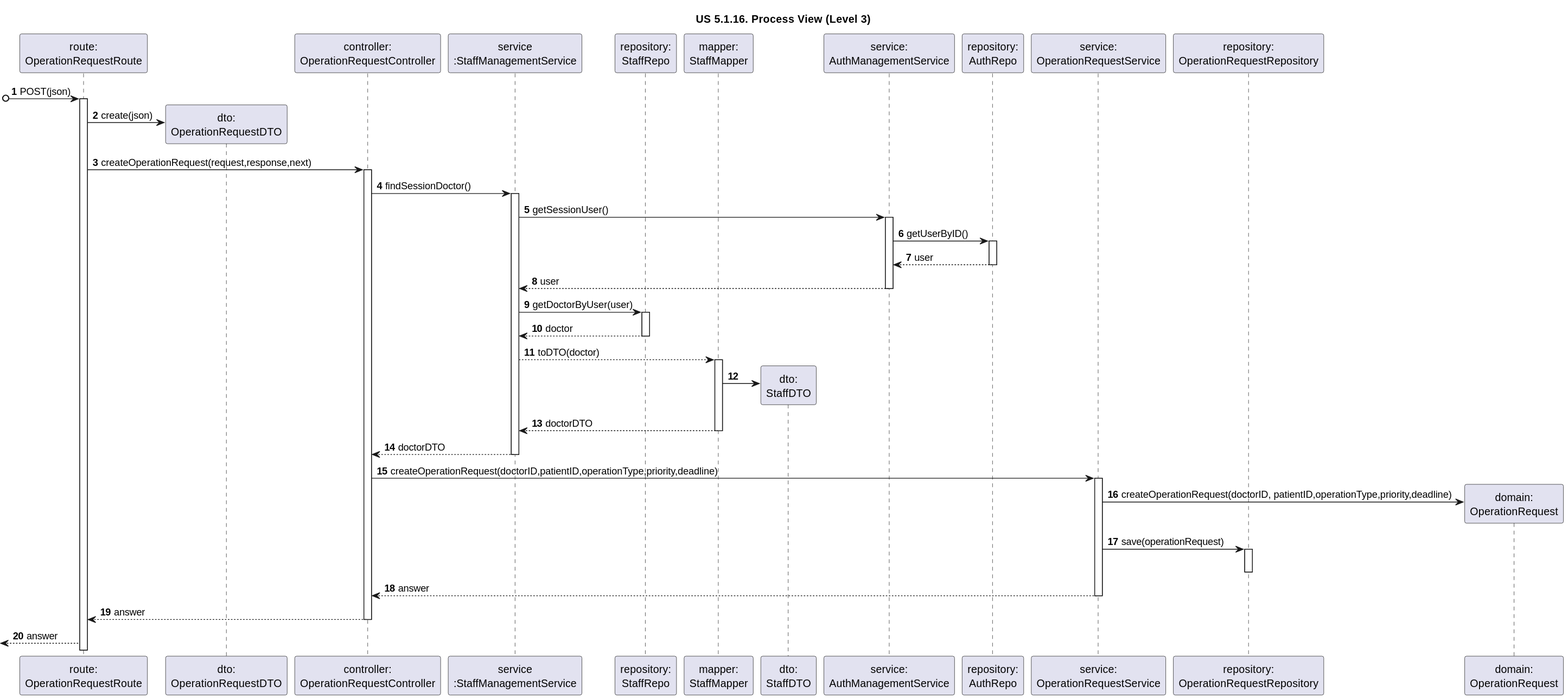
This is docs/sprint-1/1221933/us-5.1.16/diagrams/n3/process-view-nivel3.svg from rita-barbosa/LAPR5-2425, a PlantUML export, as it was before one commit. The source it was exported from:
```plantuml
@startuml

title "US 5.1.16. Process View (Level 3)"


autonumber

participant "route:\nOperationRequestRoute" as ROUTE
participant "dto:\nOperationRequestDTO" as DTO
participant "controller:\nOperationRequestController" as CTRL

participant "service\n:StaffManagementService" as STAFFServ
participant "repository:\nStaffRepo" as STAFFRepo
participant "mapper:\nStaffMapper" as STAFFMapper
participant "dto:\nStaffDTO" as STAFFDTO

participant "service:\nAuthManagementService" as AUTHServ
participant "repository:\nAuthRepo" as AUTHRepo

participant "service:\nOperationRequestService" as SER
participant "repository:\nOperationRequestRepository" as REPO
participant "domain:\nOperationRequest" as OPREQ

[o-> ROUTE : POST(json)
activate ROUTE

ROUTE -> DTO** : create(json)

ROUTE -> CTRL : createOperationRequest(request,response,next)
activate CTRL

CTRL -> STAFFServ : findSessionDoctor()
activate STAFFServ

STAFFServ -> AUTHServ : getSessionUser()
activate AUTHServ

AUTHServ -> AUTHRepo : getUserByID()
activate AUTHRepo

AUTHRepo --> AUTHServ : user
deactivate AUTHRepo

AUTHServ --> STAFFServ : user
deactivate AUTHServ

STAFFServ -> STAFFRepo : getDoctorByUser(user)
activate STAFFRepo

STAFFRepo --> STAFFServ : doctor
deactivate STAFFRepo

STAFFServ --> STAFFMapper : toDTO(doctor)
activate STAFFMapper

STAFFMapper -> STAFFDTO **

STAFFMapper --> STAFFServ : doctorDTO
deactivate STAFFMapper

STAFFServ --> CTRL : doctorDTO
deactivate STAFFServ

CTRL -> SER : createOperationRequest(doctorID,patientID,operationType,priority,deadline)
activate SER

SER -> OPREQ** : createOperationRequest(doctorID, patientID,operationType,priority,deadline)

SER -> REPO : save(operationRequest)
activate REPO
deactivate REPO

SER --> CTRL : answer
deactivate SER

CTRL --> ROUTE : answer
deactivate CTRL

 <-- ROUTE : answer
@enduml
```
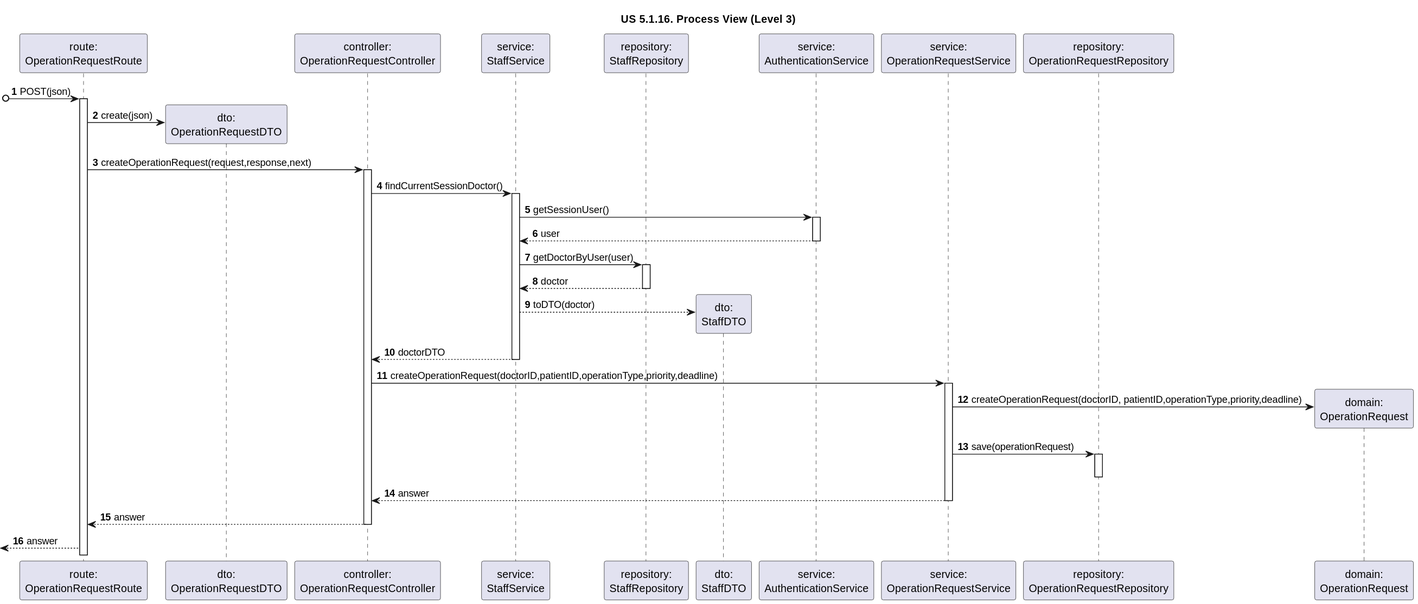
After the commit.

Commit message:
DG38-119 | docs: updates design diagrams (process view diagrams for level 3) for us-5.1.16.

What changed in the source:
```diff
@@ -1,7 +1,6 @@
 @startuml
 
 title "US 5.1.16. Process View (Level 3)"
-
 
 autonumber
 
@@ -9,13 +8,10 @@
 participant "dto:\nOperationRequestDTO" as DTO
 participant "controller:\nOperationRequestController" as CTRL
 
-participant "service\n:StaffManagementService" as STAFFServ
-participant "repository:\nStaffRepo" as STAFFRepo
-participant "mapper:\nStaffMapper" as STAFFMapper
-participant "dto:\nStaffDTO" as STAFFDTO
-
-participant "service:\nAuthManagementService" as AUTHServ
-participant "repository:\nAuthRepo" as AUTHRepo
+participant "service:\nStaffService" as STAFFServ
+participant "repository:\nStaffRepository" as STAFFRepo
+participant "dto:\nStaffDTO" as StaffDTO
+participant "service:\nAuthenticationService" as AUTHServ
 
 participant "service:\nOperationRequestService" as SER
 participant "repository:\nOperationRequestRepository" as REPO
@@ -29,17 +25,11 @@
 ROUTE -> CTRL : createOperationRequest(request,response,next)
 activate CTRL
 
-CTRL -> STAFFServ : findSessionDoctor()
+CTRL -> STAFFServ : findCurrentSessionDoctor()
 activate STAFFServ
 
 STAFFServ -> AUTHServ : getSessionUser()
 activate AUTHServ
-
-AUTHServ -> AUTHRepo : getUserByID()
-activate AUTHRepo
-
-AUTHRepo --> AUTHServ : user
-deactivate AUTHRepo
 
 AUTHServ --> STAFFServ : user
 deactivate AUTHServ
@@ -50,13 +40,7 @@
 STAFFRepo --> STAFFServ : doctor
 deactivate STAFFRepo
 
-STAFFServ --> STAFFMapper : toDTO(doctor)
-activate STAFFMapper
-
-STAFFMapper -> STAFFDTO **
-
-STAFFMapper --> STAFFServ : doctorDTO
-deactivate STAFFMapper
+STAFFServ --> StaffDTO ** : toDTO(doctor)
 
 STAFFServ --> CTRL : doctorDTO
 deactivate STAFFServ
```
